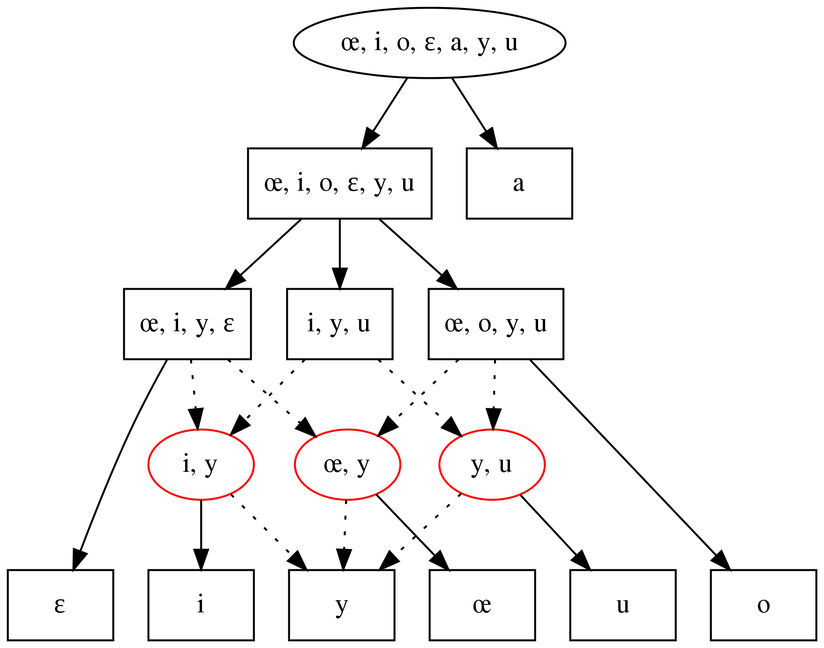
Earlier version of the Graphviz export squib/diagrams/vowel_inventory_closure.png (rdaland/Pheatures). Its source is kept beside it as squib/diagrams/vowel_inventory_closure.gv.
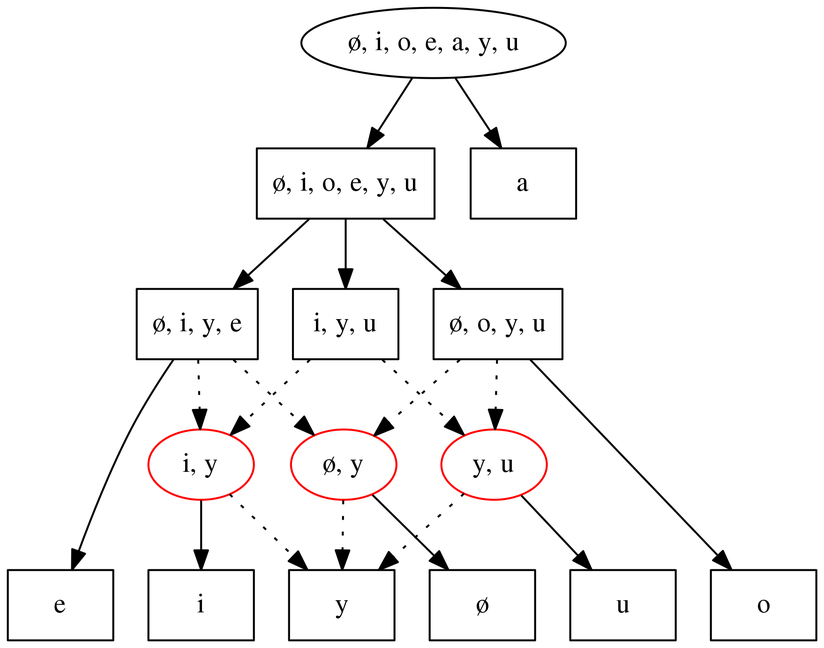
The same file after the commit.

Change to the diagram source:
```diff
@@ -1,18 +1,18 @@
 digraph {
 	graph [ dpi = 300 ];
-	0 [label="œ, i, o, ɛ, a, y, u"]
-	1 [label="œ, i, o, ɛ, y, u",shape=box]
-	2 [label="œ, i, y, ɛ",shape=box]
-	3 [label="œ, o, y, u",shape=box]
+	0 [label="ø, i, o, e, a, y, u"]
+	1 [label="ø, i, o, e, y, u",shape=box]
+	2 [label="ø, i, y, e",shape=box]
+	3 [label="ø, o, y, u",shape=box]
 	4 [label="i, y, u",shape=box]
 	5 [label="i",shape=box]
 	6 [label="y",shape=box]
 	7 [label="u",shape=box]
-	8 [label="ɛ",shape=box,level=0]
-	9 [label="œ",shape=box]
+	8 [label="e",shape=box,level=0]
+	9 [label="ø",shape=box]
 	10 [label="o",shape=box,level=0]
 	11 [label="a",shape=box]
-	12 [label="œ, y",color=red]
+	12 [label="ø, y",color=red]
 	13 [label="i, y",color=red]
 	14 [label="y, u",color=red]
 	0 -> 1 []
```
